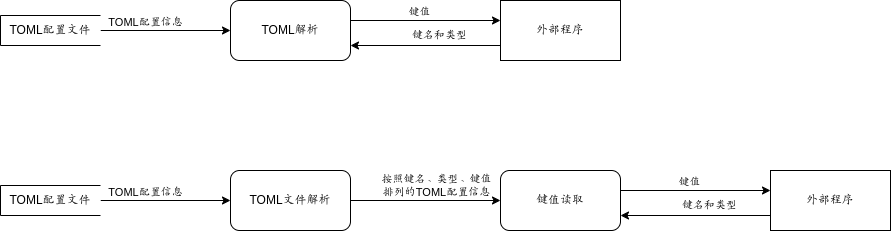
Above: design_data/images/数据流图.png in WillardLu/petunia (draw.io), before the change. Source tidied: cells renumbered, new cells last; positions are measured from the earlier drawing's top-left corner, leaving out a move shared by most shapes. The source it was exported from:
```xml
<mxGraphModel>
  <root>
    <mxCell id="0" />
    <mxCell id="1" parent="0" />
    <mxCell id="2" style="edgeStyle=orthogonalEdgeStyle;rounded=0;jettySize=auto;html=1;exitX=1;exitY=0.5;exitDx=0;exitDy=0;entryX=0;entryY=0.5;entryDx=0;entryDy=0;" parent="1" edge="1" source="4" target="5">
      <mxGeometry relative="1" as="geometry" />
    </mxCell>
    <mxCell id="3" value="TOML配置信息" style="edgeLabel;html=1;align=center;verticalAlign=bottom;" parent="2" vertex="1">
      <mxGeometry x="-0.32" relative="1" as="geometry" />
    </mxCell>
    <mxCell id="4" value="TOML配置文件" style="html=1;dashed=0;whiteSpace=wrap;shape=partialRectangle;right=0;" parent="1" vertex="1">
      <mxGeometry y="15" width="100" height="30" as="geometry" />
    </mxCell>
    <mxCell id="5" value="TOML解析" style="rounded=1;whiteSpace=wrap;html=1;" parent="1" vertex="1">
      <mxGeometry x="230" width="120" height="60" as="geometry" />
    </mxCell>
    <mxCell id="6" value="外部程序" style="rounded=0;whiteSpace=wrap;html=1;" parent="1" vertex="1">
      <mxGeometry x="500" width="120" height="60" as="geometry" />
    </mxCell>
    <mxCell id="7" style="endArrow=classic;html=1;rounded=0;exitX=1;exitY=0.5;exitDx=0;exitDy=0;verticalAlign=middle;" parent="1" edge="1">
      <mxGeometry relative="1" as="geometry">
        <mxPoint x="350" y="20" as="sourcePoint" />
        <mxPoint x="500" y="20" as="targetPoint" />
      </mxGeometry>
    </mxCell>
    <mxCell id="8" value="键值" style="edgeLabel;html=1;align=center;verticalAlign=bottom;" parent="7" vertex="1">
      <mxGeometry x="-0.1" relative="1" as="geometry" />
    </mxCell>
    <mxCell id="9" style="endArrow=classic;html=1;rounded=0;exitX=0;exitY=0.75;exitDx=0;exitDy=0;entryX=1;entryY=0.75;entryDx=0;entryDy=0;" parent="1" edge="1" source="6" target="5">
      <mxGeometry relative="1" as="geometry" />
    </mxCell>
    <mxCell id="10" value="键名和类型" style="edgeLabel;html=1;align=center;verticalAlign=bottom;" parent="9" vertex="1">
      <mxGeometry x="-0.17" y="-2" relative="1" as="geometry" />
    </mxCell>
    <mxCell id="11" style="edgeStyle=orthogonalEdgeStyle;rounded=0;jettySize=auto;html=1;exitX=1;exitY=0.5;exitDx=0;exitDy=0;entryX=0;entryY=0.5;entryDx=0;entryDy=0;" parent="1" edge="1" source="13" target="14">
      <mxGeometry relative="1" as="geometry" />
    </mxCell>
    <mxCell id="12" value="TOML配置信息" style="edgeLabel;html=1;align=center;verticalAlign=bottom;" parent="11" vertex="1">
      <mxGeometry x="-0.32" relative="1" as="geometry" />
    </mxCell>
    <mxCell id="13" value="TOML配置文件" style="html=1;dashed=0;whiteSpace=wrap;shape=partialRectangle;right=0;" parent="1" vertex="1">
      <mxGeometry y="185" width="100" height="30" as="geometry" />
    </mxCell>
    <mxCell id="14" value="TOML文件解析" style="rounded=1;whiteSpace=wrap;html=1;" parent="1" vertex="1">
      <mxGeometry x="230" y="170" width="120" height="60" as="geometry" />
    </mxCell>
    <mxCell id="15" value="外部程序" style="rounded=0;whiteSpace=wrap;html=1;" parent="1" vertex="1">
      <mxGeometry x="770" y="170" width="120" height="60" as="geometry" />
    </mxCell>
    <mxCell id="16" style="endArrow=classic;html=1;rounded=0;exitX=1;exitY=0.5;exitDx=0;exitDy=0;verticalAlign=middle;" parent="1" edge="1">
      <mxGeometry relative="1" as="geometry">
        <mxPoint x="620" y="190" as="sourcePoint" />
        <mxPoint x="770" y="190" as="targetPoint" />
      </mxGeometry>
    </mxCell>
    <mxCell id="17" value="键值" style="edgeLabel;html=1;align=center;verticalAlign=bottom;" parent="16" vertex="1">
      <mxGeometry x="-0.1" relative="1" as="geometry" />
    </mxCell>
    <mxCell id="18" style="endArrow=classic;html=1;rounded=0;exitX=0;exitY=0.75;exitDx=0;exitDy=0;entryX=1;entryY=0.75;entryDx=0;entryDy=0;" parent="1" edge="1" source="15">
      <mxGeometry relative="1" as="geometry">
        <mxPoint x="620" y="215" as="targetPoint" />
      </mxGeometry>
    </mxCell>
    <mxCell id="19" value="键名和类型" style="edgeLabel;html=1;align=center;verticalAlign=bottom;" parent="18" vertex="1">
      <mxGeometry x="-0.17" y="-2" relative="1" as="geometry" />
    </mxCell>
    <mxCell id="20" value="键值读取" style="rounded=1;whiteSpace=wrap;html=1;" parent="1" vertex="1">
      <mxGeometry x="500" y="170" width="120" height="60" as="geometry" />
    </mxCell>
    <mxCell id="21" style="endArrow=classic;html=1;rounded=0;exitX=1;exitY=0.5;exitDx=0;exitDy=0;entryX=0;entryY=0.5;entryDx=0;entryDy=0;" parent="1" edge="1" source="14" target="20">
      <mxGeometry relative="1" as="geometry" />
    </mxCell>
    <mxCell id="22" value="按照键名、类型、键值&lt;br&gt;排列的TOML配置信息" style="edgeLabel;html=1;align=center;verticalAlign=bottom;" parent="21" vertex="1">
      <mxGeometry x="0.13" relative="1" as="geometry" />
    </mxCell>
  </root>
</mxGraphModel>
```
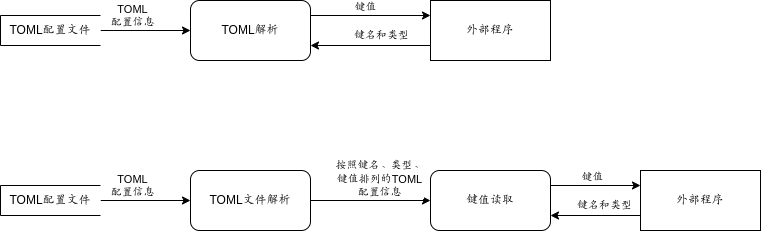
The same diagram one commit later.

What changed in the source:
```diff
@@ -5,23 +5,20 @@
     <mxCell id="2" style="edgeStyle=orthogonalEdgeStyle;rounded=0;jettySize=auto;html=1;exitX=1;exitY=0.5;exitDx=0;exitDy=0;entryX=0;entryY=0.5;entryDx=0;entryDy=0;" parent="1" edge="1" source="4" target="5">
       <mxGeometry relative="1" as="geometry" />
     </mxCell>
-    <mxCell id="3" value="TOML配置信息" style="edgeLabel;html=1;align=center;verticalAlign=bottom;" parent="2" vertex="1">
+    <mxCell id="3" value="TOML&lt;br&gt;配置信息" style="edgeLabel;html=1;align=center;verticalAlign=bottom;" parent="2" vertex="1">
       <mxGeometry x="-0.32" relative="1" as="geometry" />
     </mxCell>
     <mxCell id="4" value="TOML配置文件" style="html=1;dashed=0;whiteSpace=wrap;shape=partialRectangle;right=0;" parent="1" vertex="1">
       <mxGeometry y="15" width="100" height="30" as="geometry" />
     </mxCell>
     <mxCell id="5" value="TOML解析" style="rounded=1;whiteSpace=wrap;html=1;" parent="1" vertex="1">
-      <mxGeometry x="230" width="120" height="60" as="geometry" />
+      <mxGeometry x="190" width="120" height="60" as="geometry" />
     </mxCell>
     <mxCell id="6" value="外部程序" style="rounded=0;whiteSpace=wrap;html=1;" parent="1" vertex="1">
-      <mxGeometry x="500" width="120" height="60" as="geometry" />
+      <mxGeometry x="430" width="120" height="60" as="geometry" />
     </mxCell>
-    <mxCell id="7" style="endArrow=classic;html=1;rounded=0;exitX=1;exitY=0.5;exitDx=0;exitDy=0;verticalAlign=middle;" parent="1" edge="1">
-      <mxGeometry relative="1" as="geometry">
-        <mxPoint x="350" y="20" as="sourcePoint" />
-        <mxPoint x="500" y="20" as="targetPoint" />
-      </mxGeometry>
+    <mxCell id="7" style="endArrow=classic;html=1;rounded=0;exitX=1;exitY=0.25;exitDx=0;exitDy=0;verticalAlign=middle;entryX=0;entryY=0.25;entryDx=0;entryDy=0;" parent="1" edge="1" source="5" target="6">
+      <mxGeometry relative="1" as="geometry" />
     </mxCell>
     <mxCell id="8" value="键值" style="edgeLabel;html=1;align=center;verticalAlign=bottom;" parent="7" vertex="1">
       <mxGeometry x="-0.1" relative="1" as="geometry" />
@@ -35,42 +32,37 @@
     <mxCell id="11" style="edgeStyle=orthogonalEdgeStyle;rounded=0;jettySize=auto;html=1;exitX=1;exitY=0.5;exitDx=0;exitDy=0;entryX=0;entryY=0.5;entryDx=0;entryDy=0;" parent="1" edge="1" source="13" target="14">
       <mxGeometry relative="1" as="geometry" />
     </mxCell>
-    <mxCell id="12" value="TOML配置信息" style="edgeLabel;html=1;align=center;verticalAlign=bottom;" parent="11" vertex="1">
+    <mxCell id="12" value="TOML&lt;br&gt;配置信息" style="edgeLabel;html=1;align=center;verticalAlign=bottom;" parent="11" vertex="1">
       <mxGeometry x="-0.32" relative="1" as="geometry" />
     </mxCell>
     <mxCell id="13" value="TOML配置文件" style="html=1;dashed=0;whiteSpace=wrap;shape=partialRectangle;right=0;" parent="1" vertex="1">
       <mxGeometry y="185" width="100" height="30" as="geometry" />
     </mxCell>
     <mxCell id="14" value="TOML文件解析" style="rounded=1;whiteSpace=wrap;html=1;" parent="1" vertex="1">
-      <mxGeometry x="230" y="170" width="120" height="60" as="geometry" />
+      <mxGeometry x="190" y="170" width="120" height="60" as="geometry" />
     </mxCell>
     <mxCell id="15" value="外部程序" style="rounded=0;whiteSpace=wrap;html=1;" parent="1" vertex="1">
-      <mxGeometry x="770" y="170" width="120" height="60" as="geometry" />
+      <mxGeometry x="640" y="170" width="120" height="60" as="geometry" />
     </mxCell>
-    <mxCell id="16" style="endArrow=classic;html=1;rounded=0;exitX=1;exitY=0.5;exitDx=0;exitDy=0;verticalAlign=middle;" parent="1" edge="1">
-      <mxGeometry relative="1" as="geometry">
-        <mxPoint x="620" y="190" as="sourcePoint" />
-        <mxPoint x="770" y="190" as="targetPoint" />
-      </mxGeometry>
+    <mxCell id="16" style="endArrow=classic;html=1;rounded=0;exitX=1;exitY=0.25;exitDx=0;exitDy=0;verticalAlign=middle;entryX=0;entryY=0.25;entryDx=0;entryDy=0;" parent="1" edge="1" source="20" target="15">
+      <mxGeometry relative="1" as="geometry" />
     </mxCell>
     <mxCell id="17" value="键值" style="edgeLabel;html=1;align=center;verticalAlign=bottom;" parent="16" vertex="1">
       <mxGeometry x="-0.1" relative="1" as="geometry" />
     </mxCell>
-    <mxCell id="18" style="endArrow=classic;html=1;rounded=0;exitX=0;exitY=0.75;exitDx=0;exitDy=0;entryX=1;entryY=0.75;entryDx=0;entryDy=0;" parent="1" edge="1" source="15">
-      <mxGeometry relative="1" as="geometry">
-        <mxPoint x="620" y="215" as="targetPoint" />
-      </mxGeometry>
+    <mxCell id="18" style="endArrow=classic;html=1;rounded=0;exitX=0;exitY=0.75;exitDx=0;exitDy=0;entryX=1;entryY=0.75;entryDx=0;entryDy=0;" parent="1" edge="1" source="15" target="20">
+      <mxGeometry relative="1" as="geometry" />
     </mxCell>
     <mxCell id="19" value="键名和类型" style="edgeLabel;html=1;align=center;verticalAlign=bottom;" parent="18" vertex="1">
       <mxGeometry x="-0.17" y="-2" relative="1" as="geometry" />
     </mxCell>
     <mxCell id="20" value="键值读取" style="rounded=1;whiteSpace=wrap;html=1;" parent="1" vertex="1">
-      <mxGeometry x="500" y="170" width="120" height="60" as="geometry" />
+      <mxGeometry x="430" y="170" width="120" height="60" as="geometry" />
     </mxCell>
     <mxCell id="21" style="endArrow=classic;html=1;rounded=0;exitX=1;exitY=0.5;exitDx=0;exitDy=0;entryX=0;entryY=0.5;entryDx=0;entryDy=0;" parent="1" edge="1" source="14" target="20">
       <mxGeometry relative="1" as="geometry" />
     </mxCell>
-    <mxCell id="22" value="按照键名、类型、键值&lt;br&gt;排列的TOML配置信息" style="edgeLabel;html=1;align=center;verticalAlign=bottom;" parent="21" vertex="1">
+    <mxCell id="22" value="按照键名、类型、&lt;br&gt;键值排列的TOML&lt;br&gt;配置信息" style="edgeLabel;html=1;align=center;verticalAlign=bottom;" parent="21" vertex="1">
       <mxGeometry x="0.13" relative="1" as="geometry" />
     </mxCell>
   </root>
```
